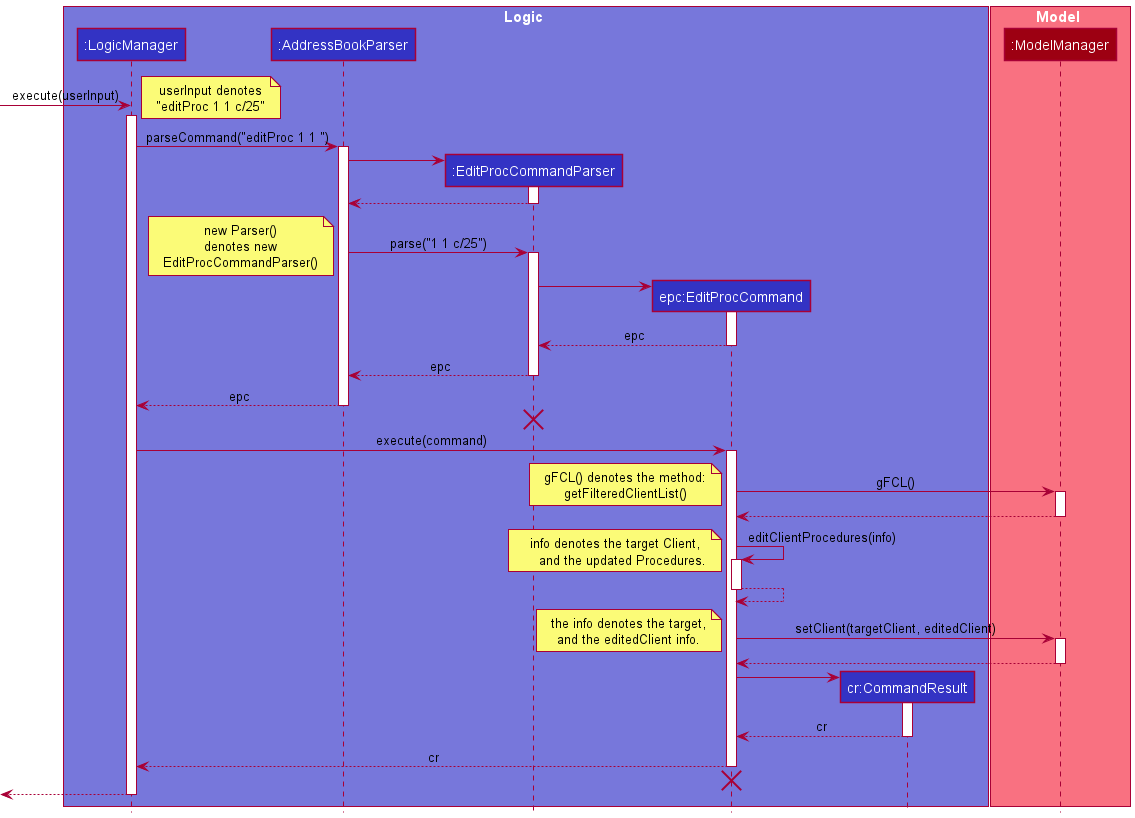
This is docs/images/EditProcSequenceDiagram.png from robinrojh/tp, a PlantUML export, as it was before one commit.
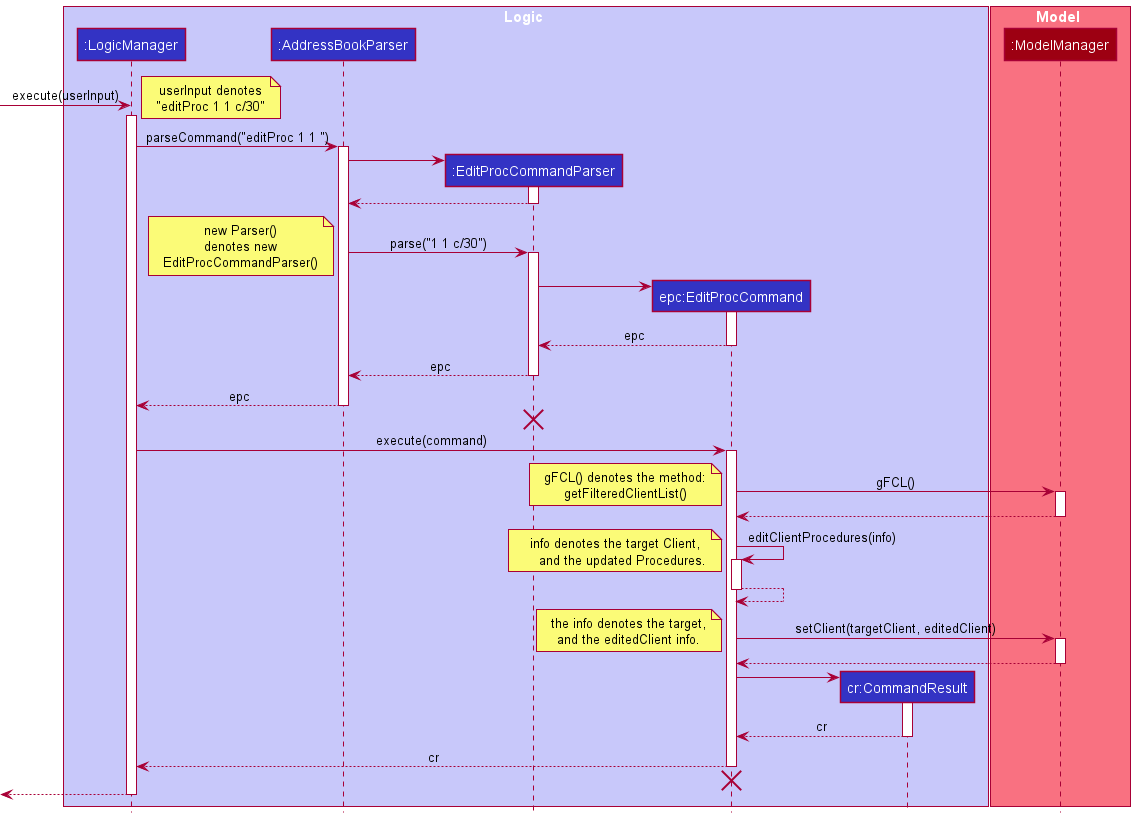
After the change.

Commit message:
Save new Sequence Diagrams into images

The edit, as a diff of the source:
```diff
@@ -1,6 +1,5 @@
 @startuml
 !include style.puml
-!define LOGIC_COLOR_T1 #7777DB
 
 box Logic LOGIC_COLOR_T1
 participant ":LogicManager" as LogicManager LOGIC_COLOR
@@ -18,7 +17,7 @@
 -> LogicManager : execute(userInput)
 note left
     userInput denotes
-    "editProc 1 1 c/25"
+    "editProc 1 1 c/30"
 end note
 
 activate LogicManager
@@ -31,7 +30,7 @@
 EditProcCommandParser --> AddressBookParser
 deactivate EditProcCommandParser
 
-AddressBookParser -> EditProcCommandParser : parse("1 1 c/25")
+AddressBookParser -> EditProcCommandParser : parse("1 1 c/30")
 activate EditProcCommandParser
 
 
```
